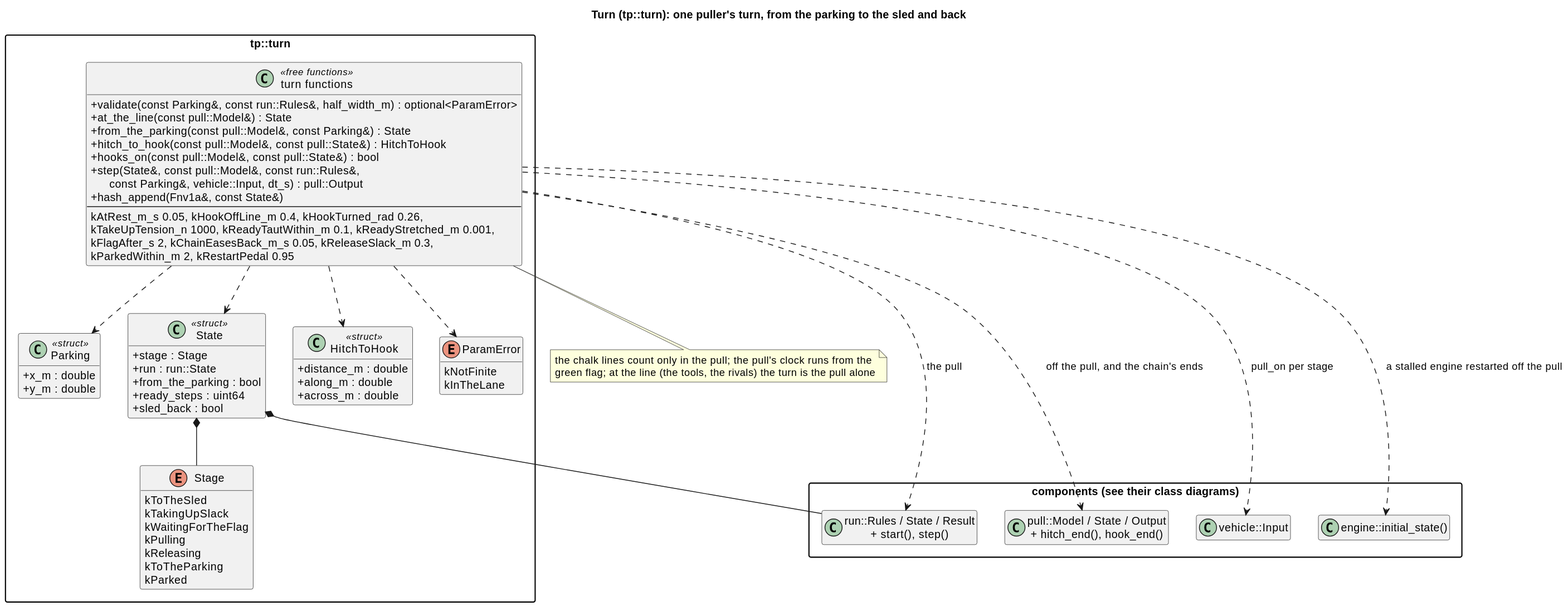
Earlier version of the PlantUML export docs/diagrams/svg/turn_classes.svg (wversteeg/TractorPulling).
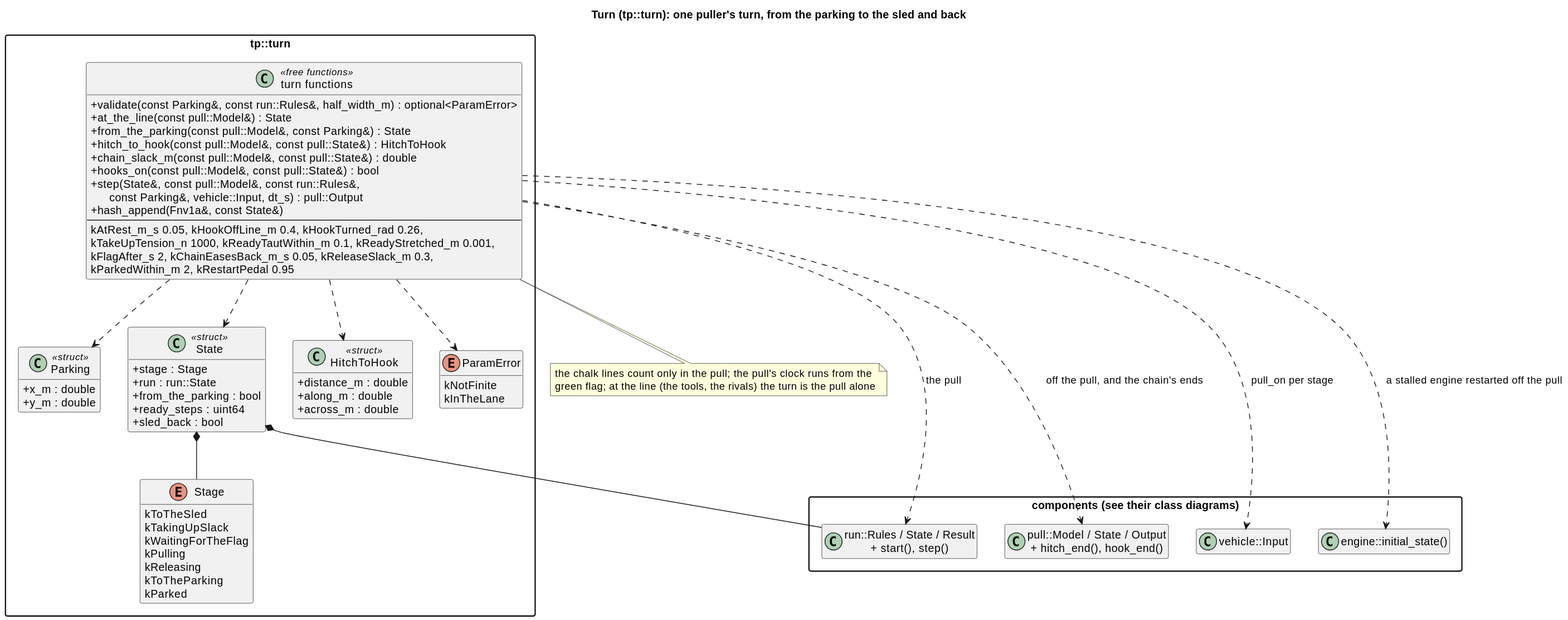
After the commit.

What changed in the source:
```diff
@@ -46,6 +46,7 @@
     +at_the_line(const pull::Model&) : State
     +from_the_parking(const pull::Model&, const Parking&) : State
     +hitch_to_hook(const pull::Model&, const pull::State&) : HitchToHook
+    +chain_slack_m(const pull::Model&, const pull::State&) : double
     +hooks_on(const pull::Model&, const pull::State&) : bool
     +step(State&, const pull::Model&, const run::Rules&,\n      const Parking&, vehicle::Input, dt_s) : pull::Output
     +hash_append(Fnv1a&, const State&)
```
